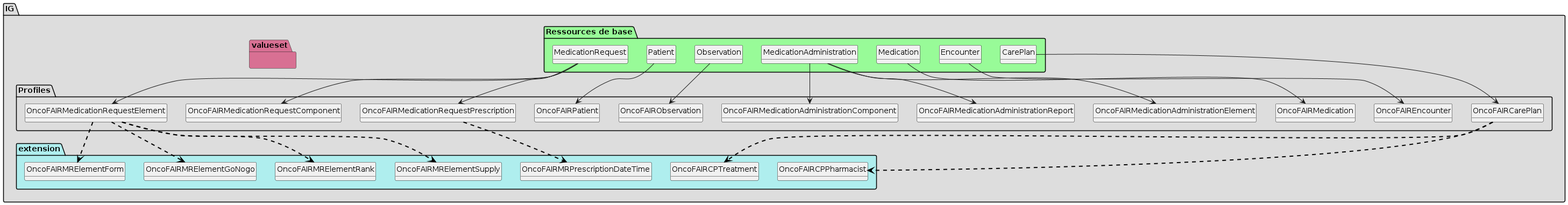
Earlier version of the PlantUML export mapping-pn13/plantuml/graph.png (ONCOFAIR/FHIR-ImplementationGuide-Article). Source of this version:
```plantuml
@startuml
set namespaceSeparator ?
hide circle
hide class fields

package IG #DDDDDD{

     package Profiles #DDDDDD{

        class OncoFAIRCarePlan{

             CarePlan.extension => [1..None]
             CarePlan.extension:oncofair-cp-treatment => <&plus>[1..1]
             CarePlan.extension:oncofair-cp-pharmacist => <&plus>[0..1]
             CarePlan.identifier => [1..1]
             CarePlan.status => [None..None]
             CarePlan.title => [1..None]
             CarePlan.note => [None..None]
             CarePlan.note:indication => [0..1]
             CarePlan.note:indication.id => [1..None]
             CarePlan.note:comment => [0..1]
             CarePlan.note:comment.id => [1..None]
        }

        class OncoFAIREncounter{

             Encounter.identifier => [1..None]
             Encounter.identifier.value => [None..None]
             Encounter.subject => [1..None]
        }

        class OncoFAIRMedication{

        }

        class OncoFAIRMedicationAdministrationComponent{

             MedicationAdministration.partOf => [1..1]
             MedicationAdministration.medication => [None..None]
        }

        class OncoFAIRMedicationAdministrationElement{

             MedicationAdministration.partOf => [1..1]
             MedicationAdministration.device => [None..None]
        }

        class OncoFAIRMedicationAdministrationReport{

             MedicationAdministration.encounter => [1..None]
             MedicationAdministration.performer => [1..1]
        }

        class OncoFAIRMedicationRequestPrescription{

             MedicationRequest.extension => [1..None]
             MedicationRequest.extension:oncofair-mr-prescription-datetime => <&plus>[1..1]
             MedicationRequest.identifier => [1..1]
             MedicationRequest.identifier.value => [1..None]
             MedicationRequest.basedOn => [None..None]
             MedicationRequest.encounter => [1..None]
             MedicationRequest.supportingInformation => [None..None]
             MedicationRequest.supportingInformation:accomodationUnit => [0..1]
             MedicationRequest.supportingInformation:accomodationUnit.id => [1..None]
             MedicationRequest.supportingInformation:medicalLiabiltyUnit => [0..1]
             MedicationRequest.supportingInformation:medicalLiabiltyUnit.id => [1..None]
             MedicationRequest.reason => [None..None]
             MedicationRequest.note => [None..None]
        }

        class OncoFAIRObservation{

             Observation.code => [None..None]
             Observation.effective[x] => [None..None]
             Observation.effective[x]:effectiveDateTime => [0..1]
             Observation.issued => [1..None]
             Observation.value[x] => [1..None]
        }

        class OncoFAIRPatient{

             Patient.identifier => [1..None]
        }

        class OncoFAIRMedicationRequestComponent{

             MedicationRequest.basedOn => [1..1]
             MedicationRequest.medication => [None..None]
        }

        class OncoFAIRMedicationRequestElement{

             MedicationRequest.extension => [None..None]
             MedicationRequest.extension:oncofair-mr-element-form => <&plus>[0..1]
             MedicationRequest.extension:oncofair-mr-element-supply => <&plus>[0..1]
             MedicationRequest.extension:oncofair-mr-element-rank => <&plus>[0..1]
             MedicationRequest.extension:oncofair-mr-element-gonogo => <&plus>[0..1]
             MedicationRequest.identifier => [1..1]
             MedicationRequest.identifier.value => [1..None]
             MedicationRequest.basedOn => [1..1]
             MedicationRequest.groupIdentifier => [1..None]
             MedicationRequest.groupIdentifier.value => [1..None]
             MedicationRequest.status => [None..None]
             MedicationRequest.priority => [None..None]
             MedicationRequest.requester => [None..None]
             MedicationRequest.device => [None..None]
             MedicationRequest.note => [None..None]
             MedicationRequest.note.text => [None..None]
             MedicationRequest.note:description => [0..1]
             MedicationRequest.note:description.id => [1..None]
             MedicationRequest.note:indication => [0..1]
             MedicationRequest.note:indication.id => [1..None]
             MedicationRequest.note:comment => [0..1]
             MedicationRequest.note:comment.id => [1..None]
             MedicationRequest.effectiveDosePeriod => [None..None]
             MedicationRequest.effectiveDosePeriod.start => [None..None]
             MedicationRequest.effectiveDosePeriod.end => [None..None]
             MedicationRequest.dosageInstruction => [1..1]
             MedicationRequest.dosageInstruction.text => [None..None]
             MedicationRequest.dosageInstruction.additionalInstruction => [None..None]
             MedicationRequest.dosageInstruction.timing.repeat.bounds[x] => [None..None]
             MedicationRequest.dosageInstruction.timing.repeat.bounds[x]:boundsPeriod => [0..1]
             MedicationRequest.dosageInstruction.timing.repeat.bounds[x]:boundsPeriod.start => [None..None]
             MedicationRequest.dosageInstruction.timing.repeat.bounds[x]:boundsPeriod.end => [None..None]
             MedicationRequest.dosageInstruction.timing.repeat.offset => [None..None]
             MedicationRequest.dosageInstruction.site => [None..None]
             MedicationRequest.dosageInstruction.route => [None..None]
             MedicationRequest.dosageInstruction.method => [None..None]
             MedicationRequest.substitution => [None..None]
         }

     }
     package extension #paleturquoise {

     OncoFAIRCarePlan -[#black,dashed,thickness=2]-> OncoFAIRCPTreatment
     OncoFAIRCarePlan -[#black,dashed,thickness=2]-> OncoFAIRCPPharmacist
     OncoFAIRMedicationRequestPrescription -[#black,dashed,thickness=2]-> OncoFAIRMRPrescriptionDateTime
     OncoFAIRMedicationRequestElement -[#black,dashed,thickness=2]-> OncoFAIRMRElementForm
     OncoFAIRMedicationRequestElement -[#black,dashed,thickness=2]-> OncoFAIRMRElementSupply
     OncoFAIRMedicationRequestElement -[#black,dashed,thickness=2]-> OncoFAIRMRElementRank
     OncoFAIRMedicationRequestElement -[#black,dashed,thickness=2]-> OncoFAIRMRElementGoNogo

        class OncoFAIRCPPharmacist{

          Extension.extension:pharmacistValidation => [0..1]
          Extension.extension:pharmacistValidation.extension => [None..0]
          Extension.extension:pharmacistValidation.url => [None..None]
          Extension.extension:pharmacistValidation.value[x] => [None..None]
          Extension.extension:pharmacistProposal => [0..1]
          Extension.extension:pharmacistProposal.extension => [None..0]
          Extension.extension:pharmacistProposal.url => [None..None]
          Extension.extension:pharmacistProposal.value[x] => [None..None]
          Extension.url => [None..None]
          Extension.value[x] => [None..0]
        }
        class OncoFAIRCPTreatment{

          Extension.extension => [1..None]
          Extension.extension:treatmentRank => [0..1]
          Extension.extension:treatmentRank.extension => [None..0]
          Extension.extension:treatmentRank.url => [None..None]
          Extension.extension:treatmentRank.value[x] => [None..None]
          Extension.extension:dayRank => [0..1]
          Extension.extension:dayRank.extension => [None..0]
          Extension.extension:dayRank.url => [None..None]
          Extension.extension:dayRank.value[x] => [None..None]
          Extension.extension:dateTimeReference => [1..1]
          Extension.extension:dateTimeReference.extension => [None..0]
          Extension.extension:dateTimeReference.url => [None..None]
          Extension.extension:dateTimeReference.value[x] => [None..None]
          Extension.url => [None..None]
          Extension.value[x] => [None..0]
        }
        class OncoFAIRMRElementForm{

          Extension.extension => [None..0]
          Extension.url => [None..None]
          Extension.value[x] => [None..None]
        }
        class OncoFAIRMRElementGoNogo{

          Extension.extension:GoNogoStatus => [0..1]
          Extension.extension:GoNogoStatus.extension => [None..0]
          Extension.extension:GoNogoStatus.url => [None..None]
          Extension.extension:GoNogoStatus.value[x] => [None..None]
          Extension.extension:GoNogoReasonWaiting => [0..1]
          Extension.extension:GoNogoReasonWaiting.extension => [None..0]
          Extension.extension:GoNogoReasonWaiting.url => [None..None]
          Extension.extension:GoNogoReasonWaiting.value[x] => [None..None]
          Extension.url => [None..None]
          Extension.value[x] => [None..0]
        }
        class OncoFAIRMRElementRank{

          Extension.extension => [None..0]
          Extension.url => [None..None]
          Extension.value[x] => [None..None]
        }
        class OncoFAIRMRElementSupply{

          Extension.extension => [None..0]
          Extension.url => [None..None]
          Extension.value[x] => [None..None]
        }
        class OncoFAIRMRPrescriptionDateTime{

          Extension.extension => [None..0]
          Extension.url => [None..None]
          Extension.value[x] => [None..None]
         }
     }
     package valueset #PaleVioletRed{
       }

package "Ressources de base" #palegreen {

 class "CarePlan" as  classc1c8e4b50c739ddc150dd233aa035d7a

    classc1c8e4b50c739ddc150dd233aa035d7a --> OncoFAIRCarePlan

 class "Encounter" as  classd1e9f9f891de8f9a655739a01fbf68f0

    classd1e9f9f891de8f9a655739a01fbf68f0 --> OncoFAIREncounter

 class "Medication" as  class353bd6f65060d17097c3b03141e79cce

    class353bd6f65060d17097c3b03141e79cce --> OncoFAIRMedication

 class "MedicationAdministration" as  classcb08d1580a4f19d9fc3a0c98169f1144

    classcb08d1580a4f19d9fc3a0c98169f1144 --> OncoFAIRMedicationAdministrationComponent

 class "MedicationAdministration" as  classcb08d1580a4f19d9fc3a0c98169f1144

    classcb08d1580a4f19d9fc3a0c98169f1144 --> OncoFAIRMedicationAdministrationElement

 class "MedicationAdministration" as  classcb08d1580a4f19d9fc3a0c98169f1144

    classcb08d1580a4f19d9fc3a0c98169f1144 --> OncoFAIRMedicationAdministrationReport

 class "MedicationRequest" as  class2071abb7e1482ea8731af3cdcaed7225

    class2071abb7e1482ea8731af3cdcaed7225 --> OncoFAIRMedicationRequestPrescription

 class "Observation" as  classc680d437163cc6bab4f9bdb35c3073d0

    classc680d437163cc6bab4f9bdb35c3073d0 --> OncoFAIRObservation

 class "Patient" as  class01122a97dca927210827560cb7d76af8

    class01122a97dca927210827560cb7d76af8 --> OncoFAIRPatient

 class "MedicationRequest" as  class2071abb7e1482ea8731af3cdcaed7225

    class2071abb7e1482ea8731af3cdcaed7225 --> OncoFAIRMedicationRequestComponent

 class "MedicationRequest" as  class2071abb7e1482ea8731af3cdcaed7225

    class2071abb7e1482ea8731af3cdcaed7225 --> OncoFAIRMedicationRequestElement
}
@enduml
```
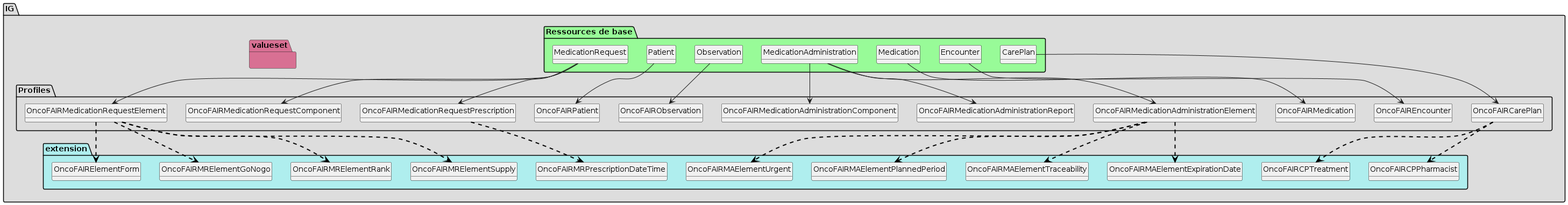
Above is the later version.

Change to the diagram source:
```diff
@@ -31,24 +31,65 @@
 
         class OncoFAIRMedication{
 
+             Medication.code => [1..None]
+             Medication.batch => [None..None]
+             Medication.batch.lotNumber => [None..None]
+             Medication.batch.expirationDate => [None..None]
         }
 
         class OncoFAIRMedicationAdministrationComponent{
 
              MedicationAdministration.partOf => [1..1]
+             MedicationAdministration.category => [1..1]
              MedicationAdministration.medication => [None..None]
+             MedicationAdministration.note => [None..None]
+             MedicationAdministration.note:description => [0..1]
+             MedicationAdministration.note:description.id => [1..None]
+             MedicationAdministration.note:comment => [0..1]
+             MedicationAdministration.note:comment.id => [1..None]
+             MedicationAdministration.note:indication => [0..1]
+             MedicationAdministration.note:indication.id => [1..None]
+             MedicationAdministration.dosage => [1..None]
+             MedicationAdministration.dosage.dose => [1..None]
         }
 
         class OncoFAIRMedicationAdministrationElement{
 
+             MedicationAdministration.extension => [1..None]
+             MedicationAdministration.extension:oncofair-ma-element-urgent => <&plus>[0..1]
+             MedicationAdministration.extension:oncofair-ma-element-expirationdate => <&plus>[0..1]
+             MedicationAdministration.extension:oncofair-ma-element-traceability => <&plus>[0..1]
+             MedicationAdministration.extension:oncofair-ma-plannedperiod => <&plus>[1..1]
+             MedicationAdministration.identifier => [None..None]
+             MedicationAdministration.identifier.value => [None..None]
              MedicationAdministration.partOf => [1..1]
+             MedicationAdministration.category => [None..None]
+             MedicationAdministration.category:code => [0..1]
+             MedicationAdministration.category:form => [0..1]
+             MedicationAdministration.category:nature => [0..1]
+             MedicationAdministration.occurence[x] => [None..None]
+             MedicationAdministration.occurence[x]:occurencePeriod => [0..1]
+             MedicationAdministration.occurence[x]:occurencePeriod.start => [1..None]
+             MedicationAdministration.occurence[x]:occurencePeriod.end => [None..None]
+             MedicationAdministration.request => [None..None]
              MedicationAdministration.device => [None..None]
+             MedicationAdministration.note => [1..None]
+             MedicationAdministration.note:description => [1..1]
+             MedicationAdministration.note:description.id => [1..None]
+             MedicationAdministration.note:comment => [0..1]
+             MedicationAdministration.note:comment.id => [1..None]
+             MedicationAdministration.dosage => [None..None]
+             MedicationAdministration.dosage.site => [None..None]
+             MedicationAdministration.dosage.route => [None..None]
+             MedicationAdministration.dosage.method => [None..None]
         }
 
         class OncoFAIRMedicationAdministrationReport{
 
+             MedicationAdministration.identifier => [None..None]
              MedicationAdministration.encounter => [1..None]
              MedicationAdministration.performer => [1..1]
+             MedicationAdministration.performer.actor => [None..None]
         }
 
         class OncoFAIRMedicationRequestPrescription{
@@ -85,13 +126,26 @@
         class OncoFAIRMedicationRequestComponent{
 
              MedicationRequest.basedOn => [1..1]
+             MedicationRequest.category => [1..1]
              MedicationRequest.medication => [None..None]
+             MedicationRequest.note => [1..None]
+             MedicationRequest.note:description => [1..1]
+             MedicationRequest.note:description.id => [1..None]
+             MedicationRequest.note:comment => [0..1]
+             MedicationRequest.note:comment.id => [1..None]
+             MedicationRequest.dosageInstruction => [None..1]
+             MedicationRequest.dosageInstruction.doseAndRate => [None..1]
+             MedicationRequest.dosageInstruction.doseAndRate.dose[x] => [None..None]
+             MedicationRequest.dosageInstruction.doseAndRate.dose[x]:doseQuantity => [0..1]
+             MedicationRequest.substitution => [None..None]
+             MedicationRequest.substitution.allowed[x] => [None..None]
+             MedicationRequest.substitution.allowed[x]:allowedBoolean => [0..1]
         }
 
         class OncoFAIRMedicationRequestElement{
 
              MedicationRequest.extension => [None..None]
-             MedicationRequest.extension:oncofair-mr-element-form => <&plus>[0..1]
+             MedicationRequest.extension:oncofair-element-form => <&plus>[0..1]
              MedicationRequest.extension:oncofair-mr-element-supply => <&plus>[0..1]
              MedicationRequest.extension:oncofair-mr-element-rank => <&plus>[0..1]
              MedicationRequest.extension:oncofair-mr-element-gonogo => <&plus>[0..1]
@@ -134,8 +188,12 @@
 
      OncoFAIRCarePlan -[#black,dashed,thickness=2]-> OncoFAIRCPTreatment
      OncoFAIRCarePlan -[#black,dashed,thickness=2]-> OncoFAIRCPPharmacist
+     OncoFAIRMedicationAdministrationElement -[#black,dashed,thickness=2]-> OncoFAIRMAElementUrgent
+     OncoFAIRMedicationAdministrationElement -[#black,dashed,thickness=2]-> OncoFAIRMAElementExpirationDate
+     OncoFAIRMedicationAdministrationElement -[#black,dashed,thickness=2]-> OncoFAIRMAElementTraceability
+     OncoFAIRMedicationAdministrationElement -[#black,dashed,thickness=2]-> OncoFAIRMAElementPlannedPeriod
      OncoFAIRMedicationRequestPrescription -[#black,dashed,thickness=2]-> OncoFAIRMRPrescriptionDateTime
-     OncoFAIRMedicationRequestElement -[#black,dashed,thickness=2]-> OncoFAIRMRElementForm
+     OncoFAIRMedicationRequestElement -[#black,dashed,thickness=2]-> OncoFAIRElementForm
      OncoFAIRMedicationRequestElement -[#black,dashed,thickness=2]-> OncoFAIRMRElementSupply
      OncoFAIRMedicationRequestElement -[#black,dashed,thickness=2]-> OncoFAIRMRElementRank
      OncoFAIRMedicationRequestElement -[#black,dashed,thickness=2]-> OncoFAIRMRElementGoNogo
@@ -171,7 +229,40 @@
           Extension.url => [None..None]
           Extension.value[x] => [None..0]
         }
-        class OncoFAIRMRElementForm{
+        class OncoFAIRElementForm{
+
+          Extension.extension => [None..0]
+          Extension.url => [None..None]
+          Extension.value[x] => [None..None]
+        }
+        class OncoFAIRMAElementExpirationDate{
+
+          Extension.extension => [None..0]
+          Extension.url => [None..None]
+          Extension.value[x] => [None..None]
+        }
+        class OncoFAIRMAElementPlannedPeriod{
+
+          Extension.extension => [None..0]
+          Extension.url => [None..None]
+          Extension.value[x] => [None..None]
+          Extension.value[x].start => [1..None]
+          Extension.value[x].end => [None..None]
+        }
+        class OncoFAIRMAElementTraceability{
+
+          Extension.extension:batchNumber => [0..1]
+          Extension.extension:batchNumber.extension => [None..0]
+          Extension.extension:batchNumber.url => [None..None]
+          Extension.extension:batchNumber.value[x] => [None..None]
+          Extension.extension:serialNumber => [0..1]
+          Extension.extension:serialNumber.extension => [None..0]
+          Extension.extension:serialNumber.url => [None..None]
+          Extension.extension:serialNumber.value[x] => [None..None]
+          Extension.url => [None..None]
+          Extension.value[x] => [None..0]
+        }
+        class OncoFAIRMAElementUrgent{
 
           Extension.extension => [None..0]
           Extension.url => [None..None]
```
